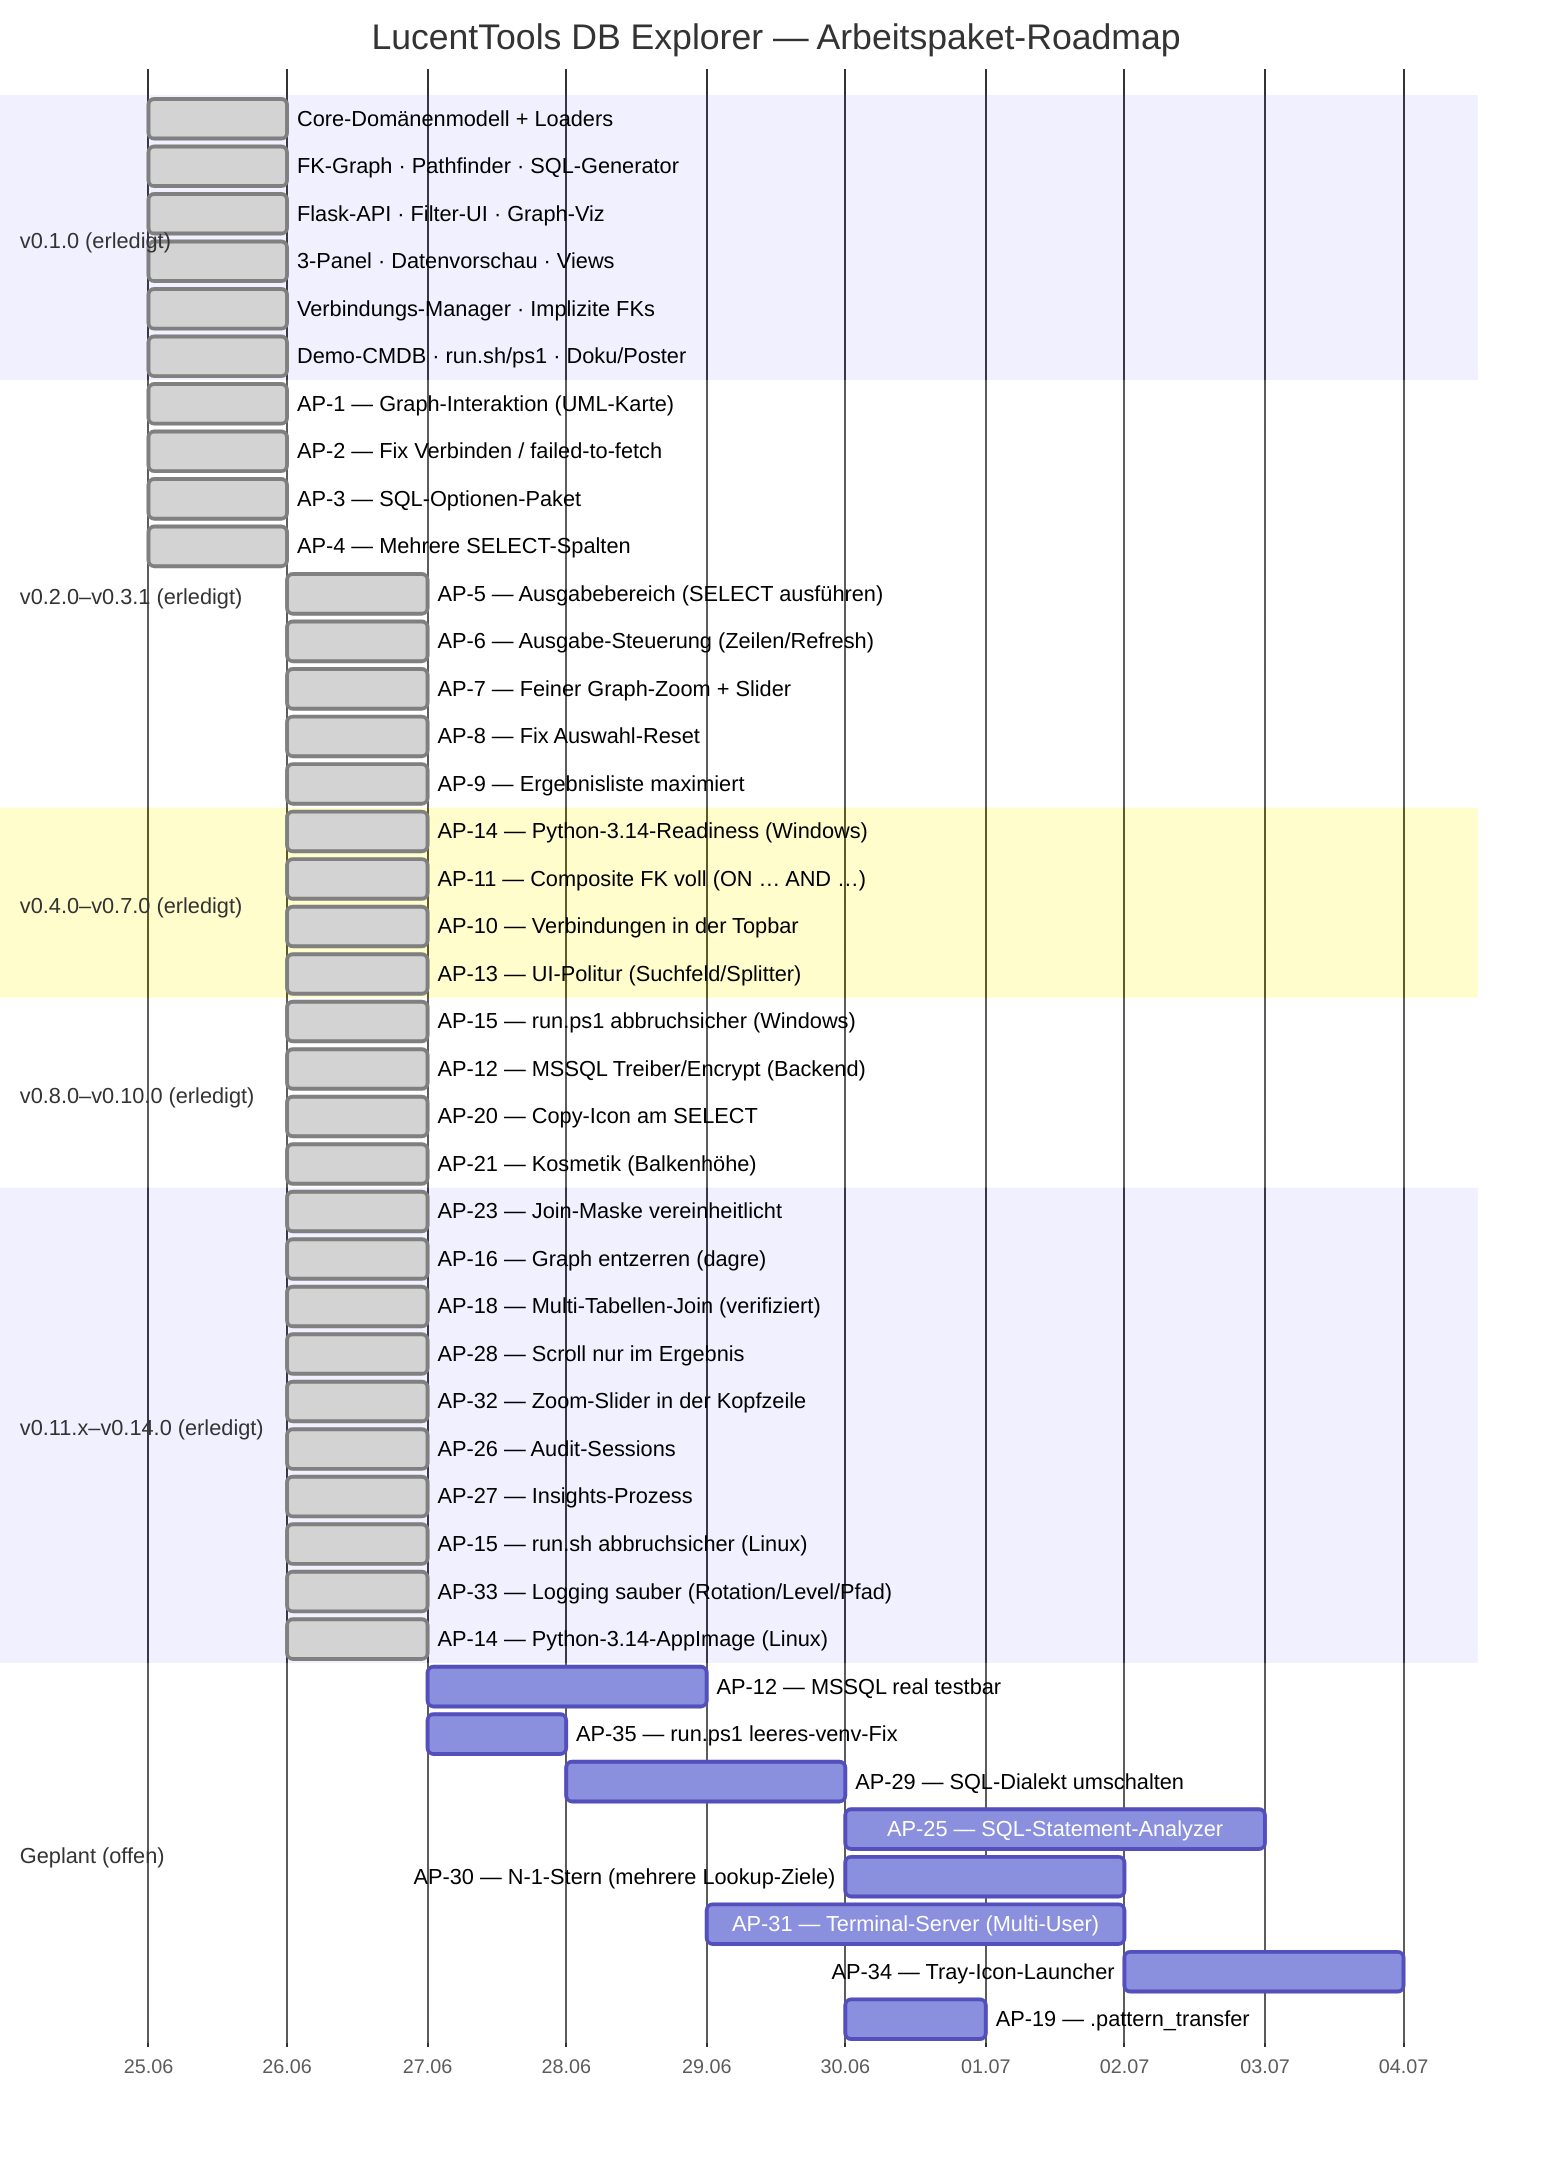
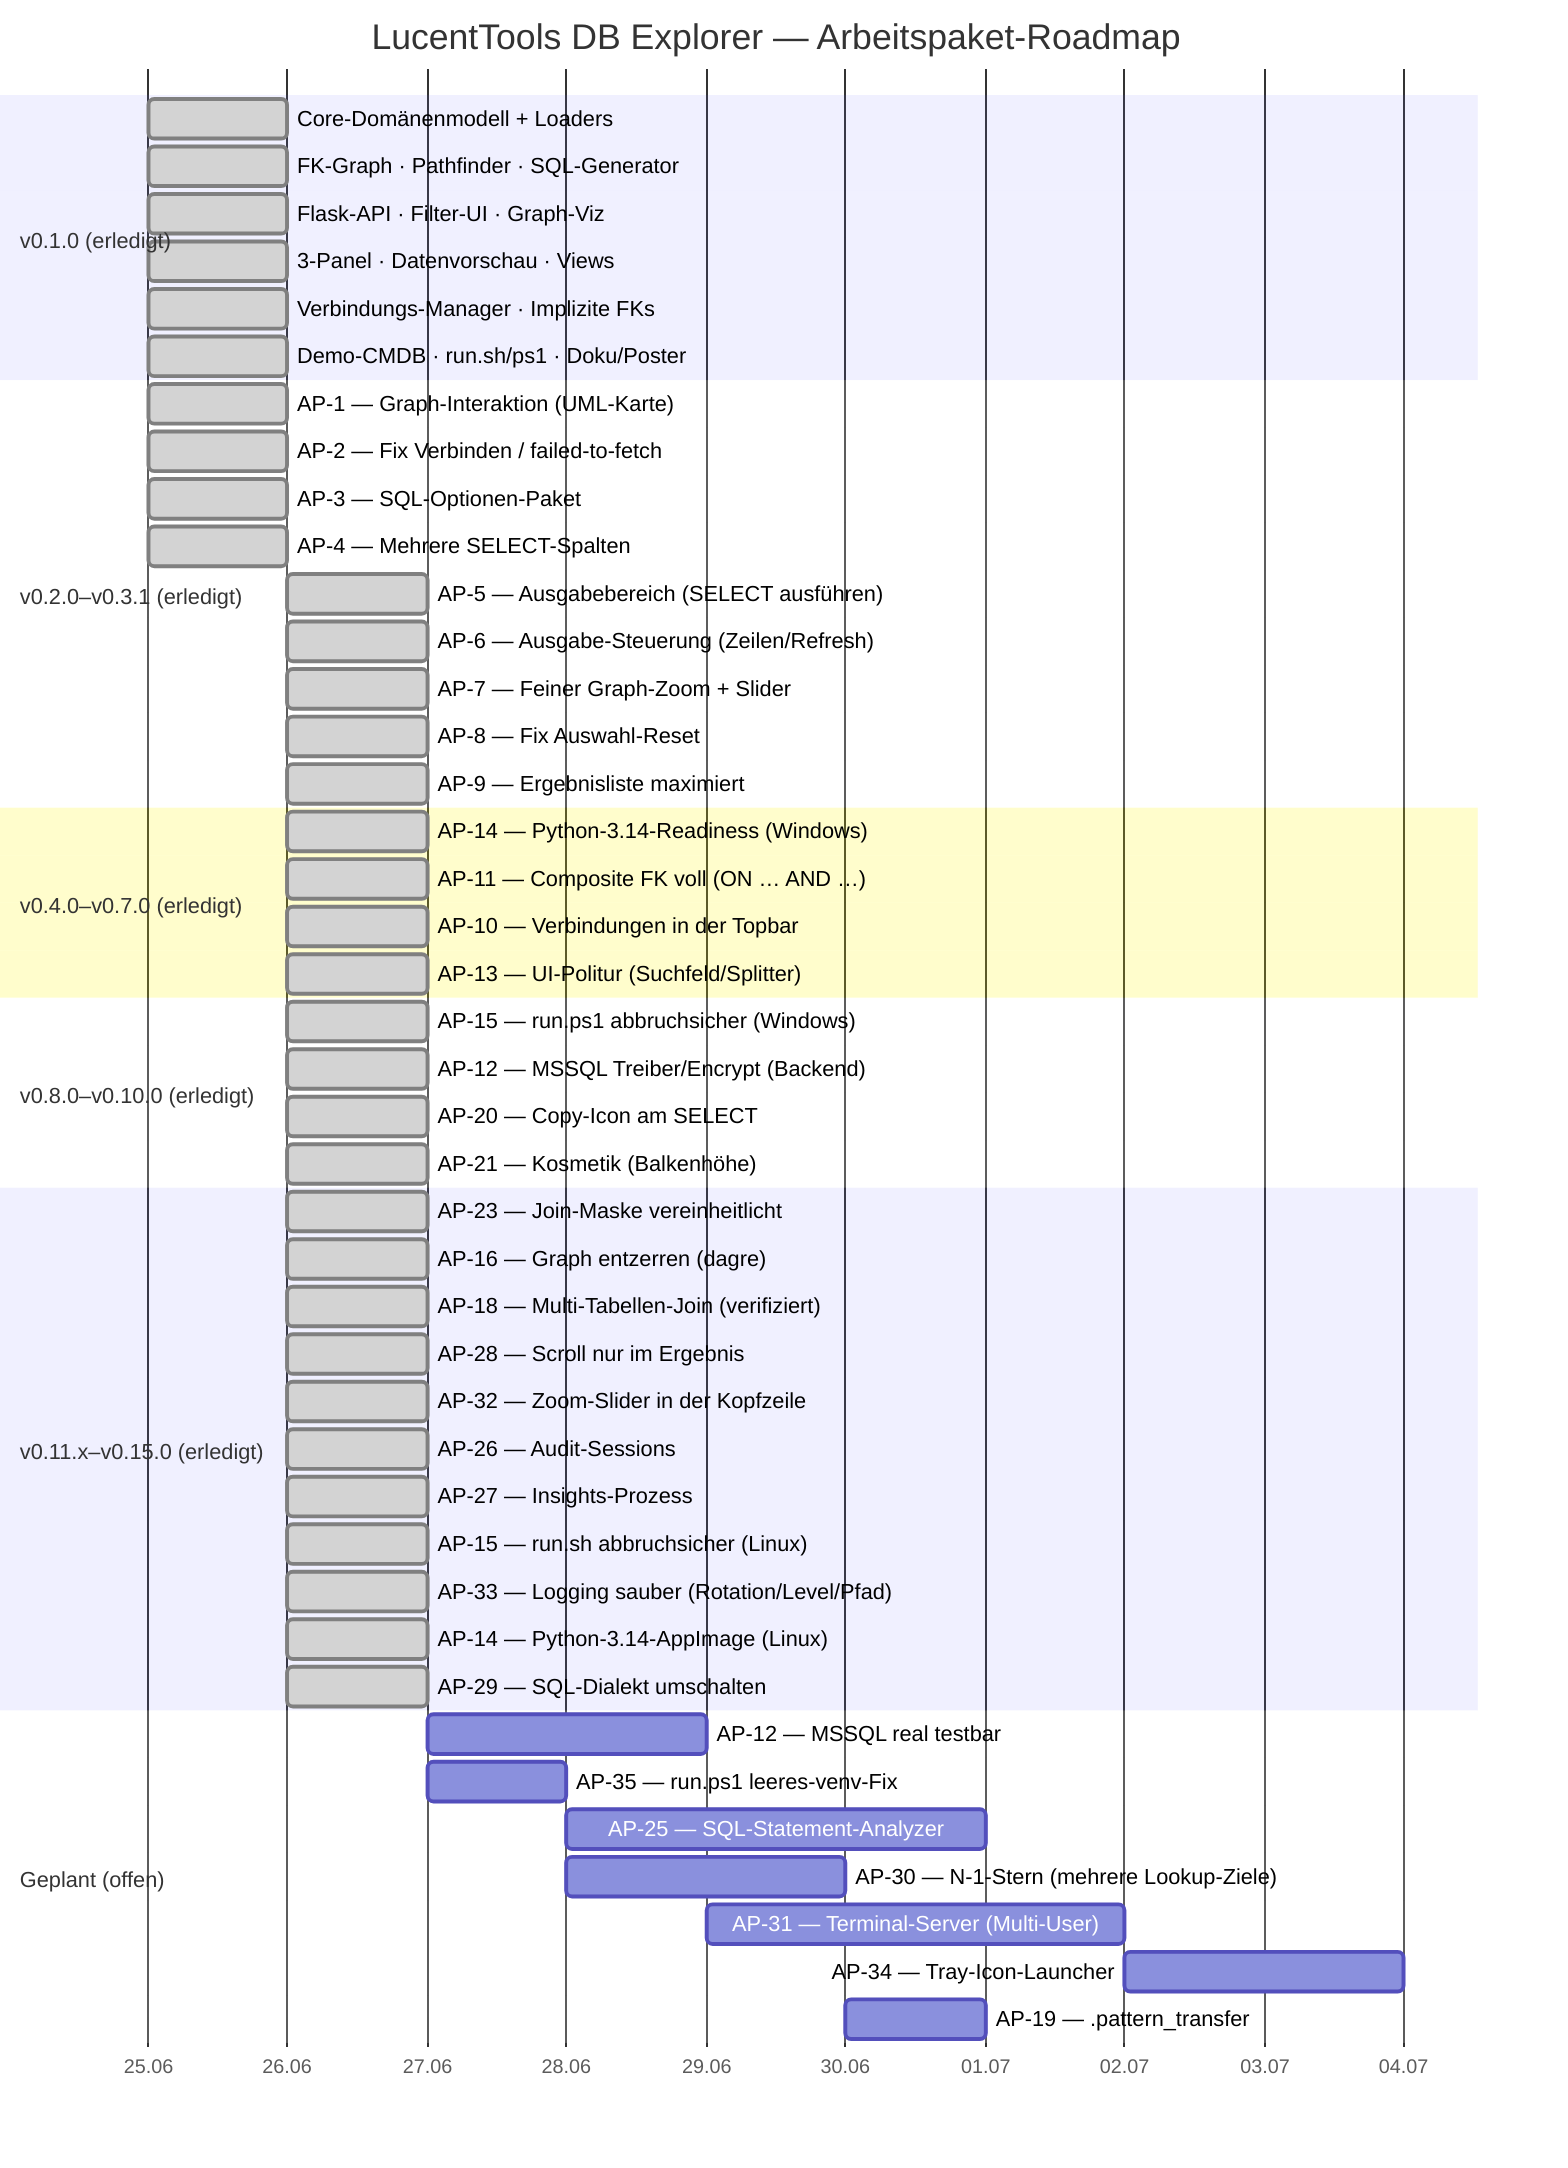
gantt
    title LucentTools DB Explorer — Arbeitspaket-Roadmap
    dateFormat  YYYY-MM-DD
    axisFormat  %d.%m

    section v0.1.0 (erledigt)
    Core-Domänenmodell + Loaders          :done, d1, 2026-06-25, 1d
    FK-Graph · Pathfinder · SQL-Generator :done, d2, 2026-06-25, 1d
    Flask-API · Filter-UI · Graph-Viz     :done, d3, 2026-06-25, 1d
    3-Panel · Datenvorschau · Views       :done, d4, 2026-06-25, 1d
    Verbindungs-Manager · Implizite FKs   :done, d5, 2026-06-25, 1d
    Demo-CMDB · run.sh/ps1 · Doku/Poster  :done, d6, 2026-06-25, 1d

    section v0.2.0–v0.3.1 (erledigt)
    AP-1 — Graph-Interaktion (UML-Karte)        :done, a1, 2026-06-25, 1d
    AP-2 — Fix Verbinden / failed-to-fetch      :done, a2, 2026-06-25, 1d
    AP-3 — SQL-Optionen-Paket                   :done, a3, 2026-06-25, 1d
    AP-4 — Mehrere SELECT-Spalten               :done, a4, 2026-06-25, 1d
    AP-5 — Ausgabebereich (SELECT ausführen)    :done, a5, 2026-06-26, 1d
    AP-6 — Ausgabe-Steuerung (Zeilen/Refresh)   :done, a6, 2026-06-26, 1d
    AP-7 — Feiner Graph-Zoom + Slider           :done, a7, 2026-06-26, 1d
    AP-8 — Fix Auswahl-Reset                    :done, a8, 2026-06-26, 1d
    AP-9 — Ergebnisliste maximiert              :done, a9, 2026-06-26, 1d

    section v0.4.0–v0.7.0 (erledigt)
    AP-14 — Python-3.14-Readiness (Windows)     :done, b1, 2026-06-26, 1d
    AP-11 — Composite FK voll (ON … AND …)      :done, b2, 2026-06-26, 1d
    AP-10 — Verbindungen in der Topbar          :done, b3, 2026-06-26, 1d
    AP-13 — UI-Politur (Suchfeld/Splitter)      :done, b4, 2026-06-26, 1d

    section v0.8.0–v0.10.0 (erledigt)
    AP-15 — run.ps1 abbruchsicher (Windows)     :done, c1, 2026-06-26, 1d
    AP-12 — MSSQL Treiber/Encrypt (Backend)     :done, c2, 2026-06-26, 1d
    AP-20 — Copy-Icon am SELECT                 :done, c3, 2026-06-26, 1d
    AP-21 — Kosmetik (Balkenhöhe)               :done, c4, 2026-06-26, 1d

-     section v0.11.x–v0.14.0 (erledigt)
+     section v0.11.x–v0.15.0 (erledigt)
    AP-23 — Join-Maske vereinheitlicht          :done, e1, 2026-06-26, 1d
    AP-16 — Graph entzerren (dagre)             :done, e2, 2026-06-26, 1d
    AP-18 — Multi-Tabellen-Join (verifiziert)   :done, e3, 2026-06-26, 1d
    AP-28 — Scroll nur im Ergebnis              :done, e4, 2026-06-26, 1d
    AP-32 — Zoom-Slider in der Kopfzeile        :done, e5, 2026-06-26, 1d
    AP-26 — Audit-Sessions                      :done, e6, 2026-06-26, 1d
    AP-27 — Insights-Prozess                    :done, e7, 2026-06-26, 1d
    AP-15 — run.sh abbruchsicher (Linux)        :done, e8, 2026-06-26, 1d
    AP-33 — Logging sauber (Rotation/Level/Pfad) :done, e9, 2026-06-26, 1d
    AP-14 — Python-3.14-AppImage (Linux)         :done, e10, 2026-06-26, 1d
+     AP-29 — SQL-Dialekt umschalten               :done, e11, 2026-06-26, 1d

    section Geplant (offen)
    AP-12 — MSSQL real testbar                  :p1, 2026-06-27, 2d
    AP-35 — run.ps1 leeres-venv-Fix             :p3, 2026-06-27, 1d
-     AP-29 — SQL-Dialekt umschalten              :p4, 2026-06-28, 2d
-     AP-25 — SQL-Statement-Analyzer              :p5, after p4, 3d
-     AP-30 — N-1-Stern (mehrere Lookup-Ziele)    :p6, after p4, 2d
+     AP-25 — SQL-Statement-Analyzer              :p5, 2026-06-28, 3d
+     AP-30 — N-1-Stern (mehrere Lookup-Ziele)    :p6, 2026-06-28, 2d
    AP-31 — Terminal-Server (Multi-User)        :p7, 2026-06-29, 3d
    AP-34 — Tray-Icon-Launcher                  :p9, after p7, 2d
    AP-19 — .pattern_transfer                   :p11, 2026-06-30, 1d
